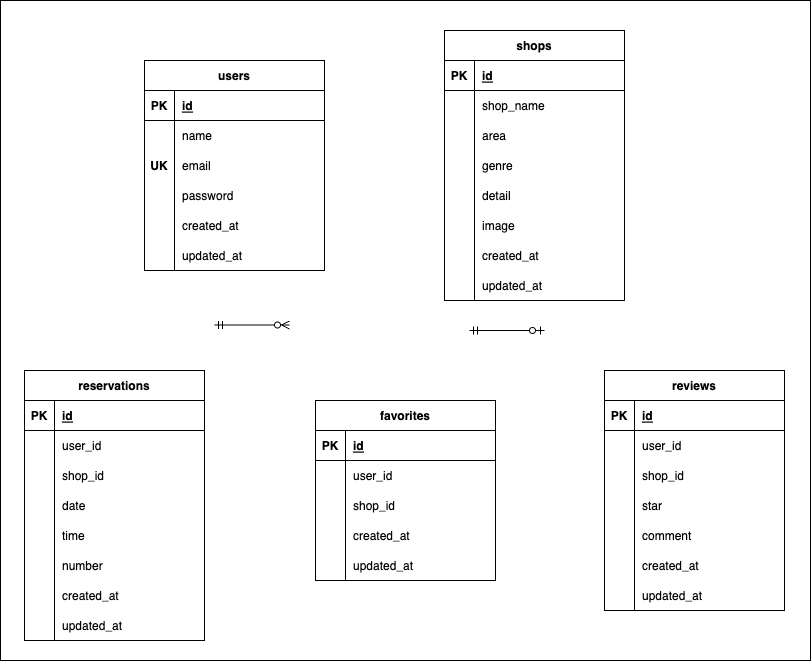
The draw.io diagram er.drawio.png in mami-nakagawa/rese, before a commit. Source tidied: cells renumbered, new cells last; positions are measured from the earlier drawing's top-left corner, leaving out a move shared by most shapes.
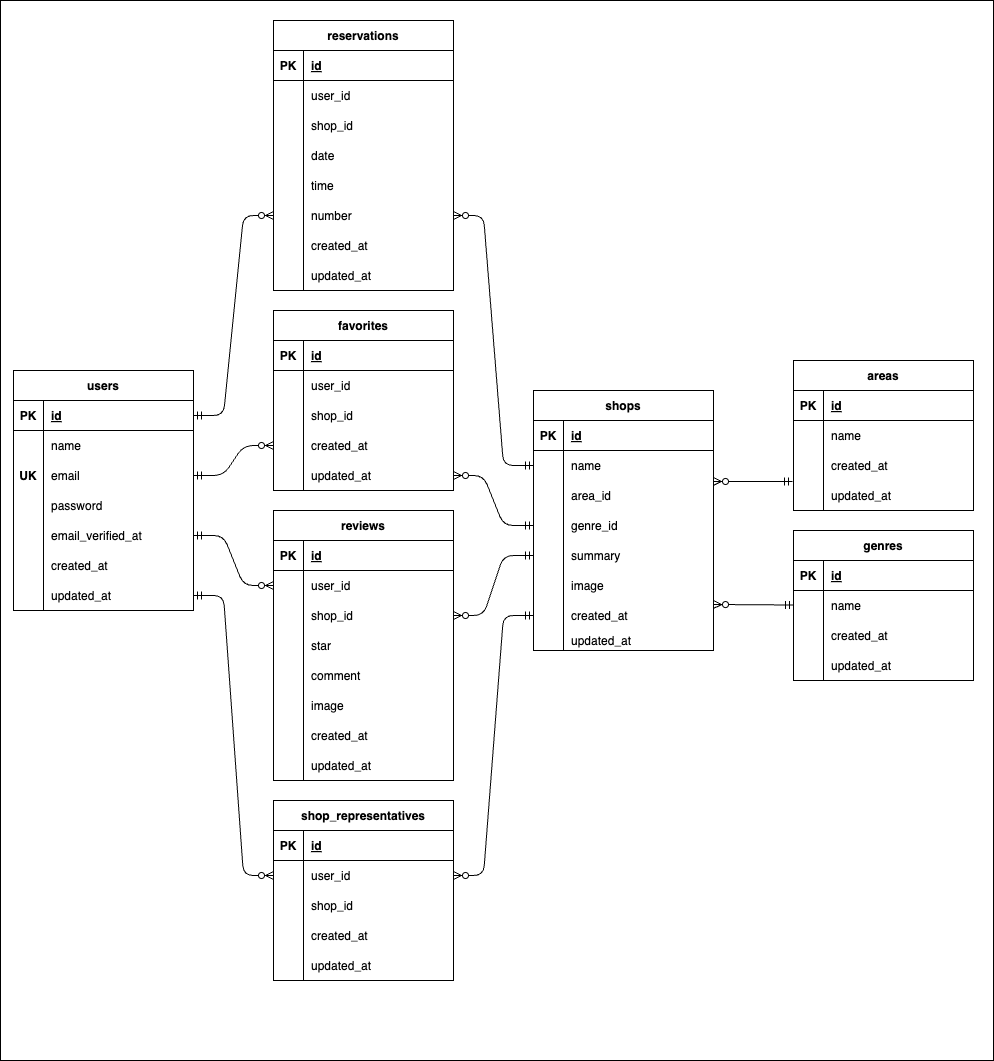
The same file after the commit.

Change to the diagram source:
```diff
@@ -5,6 +5,6 @@
     <mxCell id="2" style="whiteSpace=wrap;html=1;" parent="1" vertex="1">
-      <mxGeometry width="810" height="660" as="geometry" />
+      <mxGeometry x="-9" y="-130" width="993" height="1060" as="geometry" />
     </mxCell>
     <mxCell id="3" value="shops" style="shape=table;startSize=30;rowLines=0;fontStyle=1;align=center;" parent="1" vertex="1">
-      <mxGeometry x="444" y="30" width="180" height="270" as="geometry" />
+      <mxGeometry x="524" y="260" width="180" height="260" as="geometry" />
     </mxCell>
@@ -25,3 +25,3 @@
     </mxCell>
-    <mxCell id="9" value="shop_name" style="shape=partialRectangle;fillColor=none;top=0;left=0;bottom=0;right=0;align=left;spacingLeft=6;overflow=hidden;" parent="7" vertex="1">
+    <mxCell id="9" value="name" style="shape=partialRectangle;fillColor=none;top=0;left=0;bottom=0;right=0;align=left;spacingLeft=6;overflow=hidden;" parent="7" vertex="1">
       <mxGeometry x="30" width="150" height="30" as="geometry" />
@@ -34,3 +34,3 @@
     </mxCell>
-    <mxCell id="12" value="area" style="shape=partialRectangle;fillColor=none;top=0;left=0;bottom=0;right=0;align=left;spacingLeft=6;overflow=hidden;" parent="10" vertex="1">
+    <mxCell id="12" value="area_id   " style="shape=partialRectangle;fillColor=none;top=0;left=0;bottom=0;right=0;align=left;spacingLeft=6;overflow=hidden;" parent="10" vertex="1">
       <mxGeometry x="30" width="150" height="30" as="geometry" />
@@ -43,3 +43,3 @@
     </mxCell>
-    <mxCell id="15" value="genre" style="shape=partialRectangle;fillColor=none;top=0;left=0;bottom=0;right=0;align=left;spacingLeft=6;overflow=hidden;" parent="13" vertex="1">
+    <mxCell id="15" value="genre_id" style="shape=partialRectangle;fillColor=none;top=0;left=0;bottom=0;right=0;align=left;spacingLeft=6;overflow=hidden;" parent="13" vertex="1">
       <mxGeometry x="30" width="150" height="30" as="geometry" />
@@ -52,3 +52,3 @@
     </mxCell>
-    <mxCell id="18" value="detail" style="shape=partialRectangle;fillColor=none;top=0;left=0;bottom=0;right=0;align=left;spacingLeft=6;overflow=hidden;" parent="16" vertex="1">
+    <mxCell id="18" value="summary" style="shape=partialRectangle;fillColor=none;top=0;left=0;bottom=0;right=0;align=left;spacingLeft=6;overflow=hidden;" parent="16" vertex="1">
       <mxGeometry x="30" width="150" height="30" as="geometry" />
@@ -74,12 +74,12 @@
     <mxCell id="25" style="shape=tableRow;horizontal=0;startSize=0;swimlaneHead=0;swimlaneBody=0;fillColor=none;top=0;left=0;right=0;bottom=0;" parent="3" vertex="1">
-      <mxGeometry y="240" width="180" height="30" as="geometry" />
+      <mxGeometry y="240" width="180" height="20" as="geometry" />
     </mxCell>
     <mxCell id="26" style="shape=partialRectangle;fillColor=none;top=0;left=0;bottom=0;right=0;overflow=hidden;" parent="25" vertex="1">
-      <mxGeometry width="30" height="30" as="geometry" />
+      <mxGeometry width="30" height="20" as="geometry" />
     </mxCell>
     <mxCell id="27" value="updated_at" style="shape=partialRectangle;fillColor=none;top=0;left=0;bottom=0;right=0;align=left;spacingLeft=6;overflow=hidden;" parent="25" vertex="1">
-      <mxGeometry x="30" width="150" height="30" as="geometry" />
+      <mxGeometry x="30" width="150" height="20" as="geometry" />
     </mxCell>
     <mxCell id="28" value="users" style="shape=table;startSize=30;rowLines=0;fontStyle=1;align=center;" parent="1" vertex="1">
-      <mxGeometry x="144" y="60" width="180" height="210" as="geometry" />
+      <mxGeometry x="4" y="240" width="180" height="240" as="geometry" />
     </mxCell>
@@ -121,4 +121,13 @@
     </mxCell>
+    <mxCell id="112" style="shape=tableRow;horizontal=0;startSize=0;swimlaneHead=0;swimlaneBody=0;fillColor=none;points=[[0,0.5],[1,0.5]];portConstraint=eastwest;top=0;left=0;right=0;bottom=0;" parent="28" vertex="1">
+      <mxGeometry y="150" width="180" height="30" as="geometry" />
+    </mxCell>
+    <mxCell id="113" style="shape=partialRectangle;fillColor=none;top=0;left=0;bottom=0;right=0;overflow=hidden;" parent="112" vertex="1">
+      <mxGeometry width="30" height="30" as="geometry" />
+    </mxCell>
+    <mxCell id="114" value="email_verified_at" style="shape=partialRectangle;fillColor=none;top=0;left=0;bottom=0;right=0;align=left;spacingLeft=6;overflow=hidden;" parent="112" vertex="1">
+      <mxGeometry x="30" width="150" height="30" as="geometry" />
+    </mxCell>
     <mxCell id="41" style="shape=tableRow;horizontal=0;startSize=0;swimlaneHead=0;swimlaneBody=0;fillColor=none;top=0;left=0;right=0;bottom=0;" parent="28" vertex="1">
-      <mxGeometry y="150" width="180" height="30" as="geometry" />
+      <mxGeometry y="180" width="180" height="30" as="geometry" />
     </mxCell>
@@ -131,3 +140,3 @@
     <mxCell id="44" style="shape=tableRow;horizontal=0;startSize=0;swimlaneHead=0;swimlaneBody=0;fillColor=none;points=[[0,0.5],[1,0.5]];portConstraint=eastwest;top=0;left=0;right=0;bottom=0;" parent="28" vertex="1">
-      <mxGeometry y="180" width="180" height="30" as="geometry" />
+      <mxGeometry y="210" width="180" height="30" as="geometry" />
     </mxCell>
@@ -139,16 +148,9 @@
     </mxCell>
-    <mxCell id="47" style="fontSize=12;html=1;endArrow=ERzeroToMany;startArrow=ERmandOne;entryX=1;entryY=0.5;entryDx=0;entryDy=0;exitX=0;exitY=0.5;exitDx=0;exitDy=0;" parent="1" edge="1">
+    <mxCell id="47" style="fontSize=12;html=1;endArrow=ERzeroToMany;startArrow=ERmandOne;entryX=1;entryY=1.033;entryDx=0;entryDy=0;entryPerimeter=0;" parent="1" edge="1" target="7">
       <mxGeometry relative="1" as="geometry">
-        <mxPoint x="214" y="324.5" as="sourcePoint" />
-        <mxPoint x="289" y="324.5" as="targetPoint" />
+        <mxPoint x="783" y="351" as="sourcePoint" />
       </mxGeometry>
     </mxCell>
-    <mxCell id="48" style="fontSize=12;html=1;endArrow=ERzeroToOne;startArrow=ERmandOne;" parent="1" edge="1">
-      <mxGeometry relative="1" as="geometry">
-        <mxPoint x="469" y="330" as="sourcePoint" />
-        <mxPoint x="544" y="330" as="targetPoint" />
-      </mxGeometry>
-    </mxCell>
     <mxCell id="49" value="reservations" style="shape=table;startSize=30;rowLines=0;fontStyle=1;align=center;" parent="1" vertex="1">
-      <mxGeometry x="24" y="370" width="180" height="270" as="geometry" />
+      <mxGeometry x="264" y="-110" width="180" height="270" as="geometry" />
     </mxCell>
@@ -227,3 +229,3 @@
     <mxCell id="74" value="favorites" style="shape=table;startSize=30;rowLines=0;fontStyle=1;align=center;" parent="1" vertex="1">
-      <mxGeometry x="315" y="400" width="180" height="180" as="geometry" />
+      <mxGeometry x="264" y="180" width="180" height="180" as="geometry" />
     </mxCell>
@@ -275,3 +277,3 @@
     <mxCell id="90" value="reviews" style="shape=table;startSize=30;rowLines=0;fontStyle=1;align=center;" parent="1" vertex="1">
-      <mxGeometry x="604" y="370" width="180" height="240" as="geometry" />
+      <mxGeometry x="264" y="380" width="180" height="270" as="geometry" />
     </mxCell>
@@ -322,4 +324,13 @@
     </mxCell>
+    <mxCell id="115" style="shape=tableRow;horizontal=0;startSize=0;swimlaneHead=0;swimlaneBody=0;fillColor=none;top=0;left=0;right=0;bottom=0;" parent="90" vertex="1">
+      <mxGeometry y="180" width="180" height="30" as="geometry" />
+    </mxCell>
+    <mxCell id="116" style="shape=partialRectangle;fillColor=none;top=0;left=0;bottom=0;right=0;overflow=hidden;" parent="115" vertex="1">
+      <mxGeometry width="30" height="30" as="geometry" />
+    </mxCell>
+    <mxCell id="117" value="image" style="shape=partialRectangle;fillColor=none;top=0;left=0;bottom=0;right=0;align=left;spacingLeft=6;overflow=hidden;" parent="115" vertex="1">
+      <mxGeometry x="30" width="150" height="30" as="geometry" />
+    </mxCell>
     <mxCell id="106" style="shape=tableRow;horizontal=0;startSize=0;swimlaneHead=0;swimlaneBody=0;fillColor=none;top=0;left=0;right=0;bottom=0;" parent="90" vertex="1">
-      <mxGeometry y="180" width="180" height="30" as="geometry" />
+      <mxGeometry y="210" width="180" height="30" as="geometry" />
     </mxCell>
@@ -332,3 +343,3 @@
     <mxCell id="109" style="shape=tableRow;horizontal=0;startSize=0;swimlaneHead=0;swimlaneBody=0;fillColor=none;top=0;left=0;right=0;bottom=0;" parent="90" vertex="1">
-      <mxGeometry y="210" width="180" height="30" as="geometry" />
+      <mxGeometry y="240" width="180" height="30" as="geometry" />
     </mxCell>
@@ -340,2 +351,157 @@
     </mxCell>
+    <mxCell id="118" value="areas" style="shape=table;startSize=30;rowLines=0;fontStyle=1;align=center;" parent="1" vertex="1">
+      <mxGeometry x="784" y="230" width="180" height="150" as="geometry" />
+    </mxCell>
+    <mxCell id="119" style="shape=tableRow;horizontal=0;startSize=0;swimlaneHead=0;swimlaneBody=0;fillColor=none;top=0;left=0;right=0;bottom=1;" parent="118" vertex="1">
+      <mxGeometry y="30" width="180" height="30" as="geometry" />
+    </mxCell>
+    <mxCell id="120" value="PK" style="shape=partialRectangle;fillColor=none;top=0;left=0;bottom=0;right=0;fontStyle=1;overflow=hidden;" parent="119" vertex="1">
+      <mxGeometry width="30" height="30" as="geometry" />
+    </mxCell>
+    <mxCell id="121" value="id" style="shape=partialRectangle;fillColor=none;top=0;left=0;bottom=0;right=0;align=left;spacingLeft=6;fontStyle=5;overflow=hidden;" parent="119" vertex="1">
+      <mxGeometry x="30" width="150" height="30" as="geometry" />
+    </mxCell>
+    <mxCell id="122" style="shape=tableRow;horizontal=0;startSize=0;swimlaneHead=0;swimlaneBody=0;fillColor=none;top=0;left=0;right=0;bottom=0;" parent="118" vertex="1">
+      <mxGeometry y="60" width="180" height="30" as="geometry" />
+    </mxCell>
+    <mxCell id="123" style="shape=partialRectangle;fillColor=none;top=0;left=0;bottom=0;right=0;overflow=hidden;" parent="122" vertex="1">
+      <mxGeometry width="30" height="30" as="geometry" />
+    </mxCell>
+    <mxCell id="124" value="name" style="shape=partialRectangle;fillColor=none;top=0;left=0;bottom=0;right=0;align=left;spacingLeft=6;overflow=hidden;" parent="122" vertex="1">
+      <mxGeometry x="30" width="150" height="30" as="geometry" />
+    </mxCell>
+    <mxCell id="125" style="shape=tableRow;horizontal=0;startSize=0;swimlaneHead=0;swimlaneBody=0;fillColor=none;top=0;left=0;right=0;bottom=0;" parent="118" vertex="1">
+      <mxGeometry y="90" width="180" height="30" as="geometry" />
+    </mxCell>
+    <mxCell id="126" style="shape=partialRectangle;fillColor=none;top=0;left=0;bottom=0;right=0;overflow=hidden;" parent="125" vertex="1">
+      <mxGeometry width="30" height="30" as="geometry" />
+    </mxCell>
+    <mxCell id="127" value="created_at" style="shape=partialRectangle;fillColor=none;top=0;left=0;bottom=0;right=0;align=left;spacingLeft=6;overflow=hidden;" parent="125" vertex="1">
+      <mxGeometry x="30" width="150" height="30" as="geometry" />
+    </mxCell>
+    <mxCell id="128" style="shape=tableRow;horizontal=0;startSize=0;swimlaneHead=0;swimlaneBody=0;fillColor=none;top=0;left=0;right=0;bottom=0;" parent="118" vertex="1">
+      <mxGeometry y="120" width="180" height="30" as="geometry" />
+    </mxCell>
+    <mxCell id="129" style="shape=partialRectangle;fillColor=none;top=0;left=0;bottom=0;right=0;overflow=hidden;" parent="128" vertex="1">
+      <mxGeometry width="30" height="30" as="geometry" />
+    </mxCell>
+    <mxCell id="130" value="updated_at" style="shape=partialRectangle;fillColor=none;top=0;left=0;bottom=0;right=0;align=left;spacingLeft=6;overflow=hidden;" parent="128" vertex="1">
+      <mxGeometry x="30" width="150" height="30" as="geometry" />
+    </mxCell>
+    <mxCell id="131" value="genres" style="shape=table;startSize=30;rowLines=0;fontStyle=1;align=center;" parent="1" vertex="1">
+      <mxGeometry x="784" y="400" width="180" height="150" as="geometry" />
+    </mxCell>
+    <mxCell id="132" style="shape=tableRow;horizontal=0;startSize=0;swimlaneHead=0;swimlaneBody=0;fillColor=none;top=0;left=0;right=0;bottom=1;" parent="131" vertex="1">
+      <mxGeometry y="30" width="180" height="30" as="geometry" />
+    </mxCell>
+    <mxCell id="133" value="PK" style="shape=partialRectangle;fillColor=none;top=0;left=0;bottom=0;right=0;fontStyle=1;overflow=hidden;" parent="132" vertex="1">
+      <mxGeometry width="30" height="30" as="geometry" />
+    </mxCell>
+    <mxCell id="134" value="id" style="shape=partialRectangle;fillColor=none;top=0;left=0;bottom=0;right=0;align=left;spacingLeft=6;fontStyle=5;overflow=hidden;" parent="132" vertex="1">
+      <mxGeometry x="30" width="150" height="30" as="geometry" />
+    </mxCell>
+    <mxCell id="135" style="shape=tableRow;horizontal=0;startSize=0;swimlaneHead=0;swimlaneBody=0;fillColor=none;top=0;left=0;right=0;bottom=0;" parent="131" vertex="1">
+      <mxGeometry y="60" width="180" height="30" as="geometry" />
+    </mxCell>
+    <mxCell id="136" style="shape=partialRectangle;fillColor=none;top=0;left=0;bottom=0;right=0;overflow=hidden;" parent="135" vertex="1">
+      <mxGeometry width="30" height="30" as="geometry" />
+    </mxCell>
+    <mxCell id="137" value="name" style="shape=partialRectangle;fillColor=none;top=0;left=0;bottom=0;right=0;align=left;spacingLeft=6;overflow=hidden;" parent="135" vertex="1">
+      <mxGeometry x="30" width="150" height="30" as="geometry" />
+    </mxCell>
+    <mxCell id="138" style="shape=tableRow;horizontal=0;startSize=0;swimlaneHead=0;swimlaneBody=0;fillColor=none;top=0;left=0;right=0;bottom=0;" parent="131" vertex="1">
+      <mxGeometry y="90" width="180" height="30" as="geometry" />
+    </mxCell>
+    <mxCell id="139" style="shape=partialRectangle;fillColor=none;top=0;left=0;bottom=0;right=0;overflow=hidden;" parent="138" vertex="1">
+      <mxGeometry width="30" height="30" as="geometry" />
+    </mxCell>
+    <mxCell id="140" value="created_at" style="shape=partialRectangle;fillColor=none;top=0;left=0;bottom=0;right=0;align=left;spacingLeft=6;overflow=hidden;" parent="138" vertex="1">
+      <mxGeometry x="30" width="150" height="30" as="geometry" />
+    </mxCell>
+    <mxCell id="141" style="shape=tableRow;horizontal=0;startSize=0;swimlaneHead=0;swimlaneBody=0;fillColor=none;top=0;left=0;right=0;bottom=0;" parent="131" vertex="1">
+      <mxGeometry y="120" width="180" height="30" as="geometry" />
+    </mxCell>
+    <mxCell id="142" style="shape=partialRectangle;fillColor=none;top=0;left=0;bottom=0;right=0;overflow=hidden;" parent="141" vertex="1">
+      <mxGeometry width="30" height="30" as="geometry" />
+    </mxCell>
+    <mxCell id="143" value="updated_at" style="shape=partialRectangle;fillColor=none;top=0;left=0;bottom=0;right=0;align=left;spacingLeft=6;overflow=hidden;" parent="141" vertex="1">
+      <mxGeometry x="30" width="150" height="30" as="geometry" />
+    </mxCell>
+    <mxCell id="144" value="shop_representatives" style="shape=table;startSize=30;rowLines=0;fontStyle=1;align=center;" parent="1" vertex="1">
+      <mxGeometry x="264" y="670" width="180" height="180" as="geometry" />
+    </mxCell>
+    <mxCell id="145" style="shape=tableRow;horizontal=0;startSize=0;swimlaneHead=0;swimlaneBody=0;fillColor=none;top=0;left=0;right=0;bottom=1;" parent="144" vertex="1">
+      <mxGeometry y="30" width="180" height="30" as="geometry" />
+    </mxCell>
+    <mxCell id="146" value="PK" style="shape=partialRectangle;fillColor=none;top=0;left=0;bottom=0;right=0;fontStyle=1;overflow=hidden;" parent="145" vertex="1">
+      <mxGeometry width="30" height="30" as="geometry" />
+    </mxCell>
+    <mxCell id="147" value="id" style="shape=partialRectangle;fillColor=none;top=0;left=0;bottom=0;right=0;align=left;spacingLeft=6;fontStyle=5;overflow=hidden;" parent="145" vertex="1">
+      <mxGeometry x="30" width="150" height="30" as="geometry" />
+    </mxCell>
+    <mxCell id="148" style="shape=tableRow;horizontal=0;startSize=0;swimlaneHead=0;swimlaneBody=0;fillColor=none;points=[[0,0.5],[1,0.5]];portConstraint=eastwest;top=0;left=0;right=0;bottom=0;" parent="144" vertex="1">
+      <mxGeometry y="60" width="180" height="30" as="geometry" />
+    </mxCell>
+    <mxCell id="149" style="shape=partialRectangle;fillColor=none;top=0;left=0;bottom=0;right=0;overflow=hidden;" parent="148" vertex="1">
+      <mxGeometry width="30" height="30" as="geometry" />
+    </mxCell>
+    <mxCell id="150" value="user_id" style="shape=partialRectangle;fillColor=none;top=0;left=0;bottom=0;right=0;align=left;spacingLeft=6;overflow=hidden;" parent="148" vertex="1">
+      <mxGeometry x="30" width="150" height="30" as="geometry" />
+    </mxCell>
+    <mxCell id="151" style="shape=tableRow;horizontal=0;startSize=0;swimlaneHead=0;swimlaneBody=0;fillColor=none;top=0;left=0;right=0;bottom=0;" parent="144" vertex="1">
+      <mxGeometry y="90" width="180" height="30" as="geometry" />
+    </mxCell>
+    <mxCell id="152" style="shape=partialRectangle;fillColor=none;top=0;left=0;bottom=0;right=0;overflow=hidden;" parent="151" vertex="1">
+      <mxGeometry width="30" height="30" as="geometry" />
+    </mxCell>
+    <mxCell id="153" value="shop_id" style="shape=partialRectangle;fillColor=none;top=0;left=0;bottom=0;right=0;align=left;spacingLeft=6;overflow=hidden;" parent="151" vertex="1">
+      <mxGeometry x="30" width="150" height="30" as="geometry" />
+    </mxCell>
+    <mxCell id="154" style="shape=tableRow;horizontal=0;startSize=0;swimlaneHead=0;swimlaneBody=0;fillColor=none;top=0;left=0;right=0;bottom=0;" parent="144" vertex="1">
+      <mxGeometry y="120" width="180" height="30" as="geometry" />
+    </mxCell>
+    <mxCell id="155" style="shape=partialRectangle;fillColor=none;top=0;left=0;bottom=0;right=0;overflow=hidden;" parent="154" vertex="1">
+      <mxGeometry width="30" height="30" as="geometry" />
+    </mxCell>
+    <mxCell id="156" value="created_at" style="shape=partialRectangle;fillColor=none;top=0;left=0;bottom=0;right=0;align=left;spacingLeft=6;overflow=hidden;" parent="154" vertex="1">
+      <mxGeometry x="30" width="150" height="30" as="geometry" />
+    </mxCell>
+    <mxCell id="157" style="shape=tableRow;horizontal=0;startSize=0;swimlaneHead=0;swimlaneBody=0;fillColor=none;top=0;left=0;right=0;bottom=0;" parent="144" vertex="1">
+      <mxGeometry y="150" width="180" height="30" as="geometry" />
+    </mxCell>
+    <mxCell id="158" style="shape=partialRectangle;fillColor=none;top=0;left=0;bottom=0;right=0;overflow=hidden;" parent="157" vertex="1">
+      <mxGeometry width="30" height="30" as="geometry" />
+    </mxCell>
+    <mxCell id="159" value="updated_at" style="shape=partialRectangle;fillColor=none;top=0;left=0;bottom=0;right=0;align=left;spacingLeft=6;overflow=hidden;" parent="157" vertex="1">
+      <mxGeometry x="30" width="150" height="30" as="geometry" />
+    </mxCell>
+    <mxCell id="160" style="fontSize=12;html=1;endArrow=ERzeroToMany;startArrow=ERmandOne;exitX=-0.006;exitY=0.033;exitDx=0;exitDy=0;exitPerimeter=0;entryX=1;entryY=0.133;entryDx=0;entryDy=0;entryPerimeter=0;" parent="1" edge="1" target="22">
+      <mxGeometry relative="1" as="geometry">
+        <mxPoint x="784" y="474.5" as="sourcePoint" />
+      </mxGeometry>
+    </mxCell>
+    <mxCell id="161" style="fontSize=12;html=1;endArrow=ERzeroToMany;startArrow=ERmandOne;exitX=1;exitY=0.5;exitDx=0;exitDy=0;entryX=0;entryY=0.5;entryDx=0;entryDy=0;edgeStyle=entityRelationEdgeStyle;" parent="1" edge="1" source="35" target="84">
+      <mxGeometry relative="1" as="geometry" />
+    </mxCell>
+    <mxCell id="162" style="fontSize=12;html=1;endArrow=ERzeroToMany;startArrow=ERmandOne;entryX=0;entryY=0.5;entryDx=0;entryDy=0;exitX=1;exitY=0.5;exitDx=0;exitDy=0;edgeStyle=entityRelationEdgeStyle;" parent="1" edge="1" source="29" target="65">
+      <mxGeometry relative="1" as="geometry" />
+    </mxCell>
+    <mxCell id="163" style="fontSize=12;html=1;endArrow=ERzeroToMany;startArrow=ERmandOne;entryX=0;entryY=0.5;entryDx=0;entryDy=0;edgeStyle=entityRelationEdgeStyle;exitX=1;exitY=0.5;exitDx=0;exitDy=0;" parent="1" edge="1" source="112" target="94">
+      <mxGeometry relative="1" as="geometry" />
+    </mxCell>
+    <mxCell id="164" style="fontSize=12;html=1;endArrow=ERzeroToMany;startArrow=ERmandOne;entryX=0;entryY=0.5;entryDx=0;entryDy=0;edgeStyle=entityRelationEdgeStyle;exitX=1;exitY=0.5;exitDx=0;exitDy=0;" parent="1" edge="1" source="44" target="148">
+      <mxGeometry relative="1" as="geometry" />
+    </mxCell>
+    <mxCell id="165" style="fontSize=12;html=1;endArrow=ERzeroToMany;startArrow=ERmandOne;entryX=1;entryY=0.5;entryDx=0;entryDy=0;edgeStyle=entityRelationEdgeStyle;exitX=0;exitY=0.5;exitDx=0;exitDy=0;" parent="1" edge="1" source="7" target="65">
+      <mxGeometry relative="1" as="geometry" />
+    </mxCell>
+    <mxCell id="166" style="fontSize=12;html=1;endArrow=ERzeroToMany;startArrow=ERmandOne;entryX=1;entryY=0.5;entryDx=0;entryDy=0;exitX=0;exitY=0.5;exitDx=0;exitDy=0;edgeStyle=entityRelationEdgeStyle;" parent="1" edge="1" source="16" target="97">
+      <mxGeometry relative="1" as="geometry" />
+    </mxCell>
+    <mxCell id="167" style="fontSize=12;html=1;endArrow=ERzeroToMany;startArrow=ERmandOne;exitX=0;exitY=0.5;exitDx=0;exitDy=0;entryX=1;entryY=0.5;entryDx=0;entryDy=0;edgeStyle=entityRelationEdgeStyle;" parent="1" edge="1" source="13" target="87">
+      <mxGeometry relative="1" as="geometry" />
+    </mxCell>
+    <mxCell id="168" style="fontSize=12;html=1;endArrow=ERzeroToMany;startArrow=ERmandOne;exitX=0;exitY=0.5;exitDx=0;exitDy=0;entryX=1;entryY=0.5;entryDx=0;entryDy=0;edgeStyle=entityRelationEdgeStyle;" parent="1" edge="1" source="22" target="148">
+      <mxGeometry relative="1" as="geometry" />
+    </mxCell>
   </root>
```
